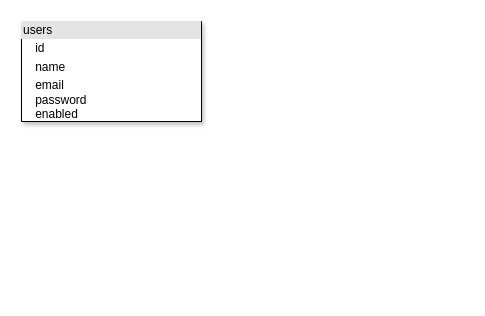
JS-Hub-ZW/E-Commerce-ZW keeps this draw.io diagram as page "ERD" (4 of 4) of designs/ecommerce.drawio. Above is the earlier version. Source tidied: cells renumbered, new cells numbered last; positions are measured from the earlier drawing's top-left corner, leaving out a move shared by most shapes. Both pictures are drawn from the tidied source at 100%, with x=0, y=0 at pixel (21, 21).
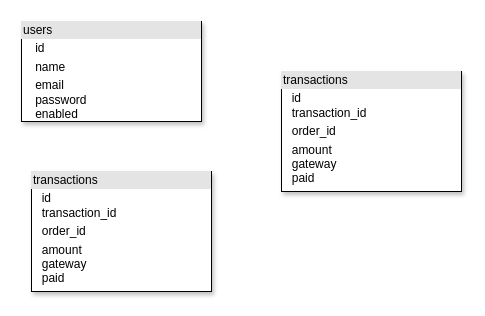
Above is the later version.

Commit message:
Added transaction table

Diff of the diagram source:
```diff
@@
 <mxGraphModel>
   <root>
     <mxCell id="0" />
     <mxCell id="1" parent="0" />
     <mxCell id="2" value="&lt;div style=&quot;box-sizing: border-box ; width: 100% ; background: #e4e4e4 ; padding: 2px&quot;&gt;users&lt;/div&gt;&lt;table style=&quot;width: 100% ; font-size: 1em&quot; cellpadding=&quot;2&quot; cellspacing=&quot;0&quot;&gt;&lt;tbody&gt;&lt;tr&gt;&lt;td&gt;&lt;/td&gt;&lt;td&gt;id&lt;/td&gt;&lt;/tr&gt;&lt;tr&gt;&lt;td&gt;&lt;br&gt;&lt;/td&gt;&lt;td&gt;name&lt;/td&gt;&lt;/tr&gt;&lt;tr&gt;&lt;td&gt;&lt;/td&gt;&lt;td&gt;email&lt;br&gt;password&lt;br&gt;enabled&lt;/td&gt;&lt;/tr&gt;&lt;/tbody&gt;&lt;/table&gt;" style="verticalAlign=top;align=left;overflow=fill;html=1;rounded=0;sketch=0;fontSize=12;shadow=1;" parent="1" vertex="1">
       <mxGeometry width="180" height="100" as="geometry" />
     </mxCell>
+    <mxCell id="3" value="&lt;div style=&quot;box-sizing: border-box ; width: 100% ; background: #e4e4e4 ; padding: 2px&quot;&gt;transactions&lt;/div&gt;&lt;table style=&quot;width: 100% ; font-size: 1em&quot; cellpadding=&quot;2&quot; cellspacing=&quot;0&quot;&gt;&lt;tbody&gt;&lt;tr&gt;&lt;td&gt;&lt;/td&gt;&lt;td&gt;id&lt;br&gt;transaction_id&lt;/td&gt;&lt;/tr&gt;&lt;tr&gt;&lt;td&gt;&lt;br&gt;&lt;/td&gt;&lt;td&gt;order_id&lt;/td&gt;&lt;/tr&gt;&lt;tr&gt;&lt;td&gt;&lt;/td&gt;&lt;td&gt;amount&lt;br&gt;gateway&lt;br&gt;paid&lt;/td&gt;&lt;/tr&gt;&lt;/tbody&gt;&lt;/table&gt;" style="verticalAlign=top;align=left;overflow=fill;html=1;rounded=0;sketch=0;fontSize=12;shadow=1;" parent="1" vertex="1">
+      <mxGeometry x="260" y="50" width="180" height="120" as="geometry" />
+    </mxCell>
+    <mxCell id="4" value="&lt;div style=&quot;box-sizing: border-box ; width: 100% ; background: #e4e4e4 ; padding: 2px&quot;&gt;transactions&lt;/div&gt;&lt;table style=&quot;width: 100% ; font-size: 1em&quot; cellpadding=&quot;2&quot; cellspacing=&quot;0&quot;&gt;&lt;tbody&gt;&lt;tr&gt;&lt;td&gt;&lt;/td&gt;&lt;td&gt;id&lt;br&gt;transaction_id&lt;/td&gt;&lt;/tr&gt;&lt;tr&gt;&lt;td&gt;&lt;br&gt;&lt;/td&gt;&lt;td&gt;order_id&lt;/td&gt;&lt;/tr&gt;&lt;tr&gt;&lt;td&gt;&lt;/td&gt;&lt;td&gt;amount&lt;br&gt;gateway&lt;br&gt;paid&lt;/td&gt;&lt;/tr&gt;&lt;/tbody&gt;&lt;/table&gt;" style="verticalAlign=top;align=left;overflow=fill;html=1;rounded=0;sketch=0;fontSize=12;shadow=1;" parent="1" vertex="1">
+      <mxGeometry x="10" y="150" width="180" height="120" as="geometry" />
+    </mxCell>
   </root>
 </mxGraphModel>
```
